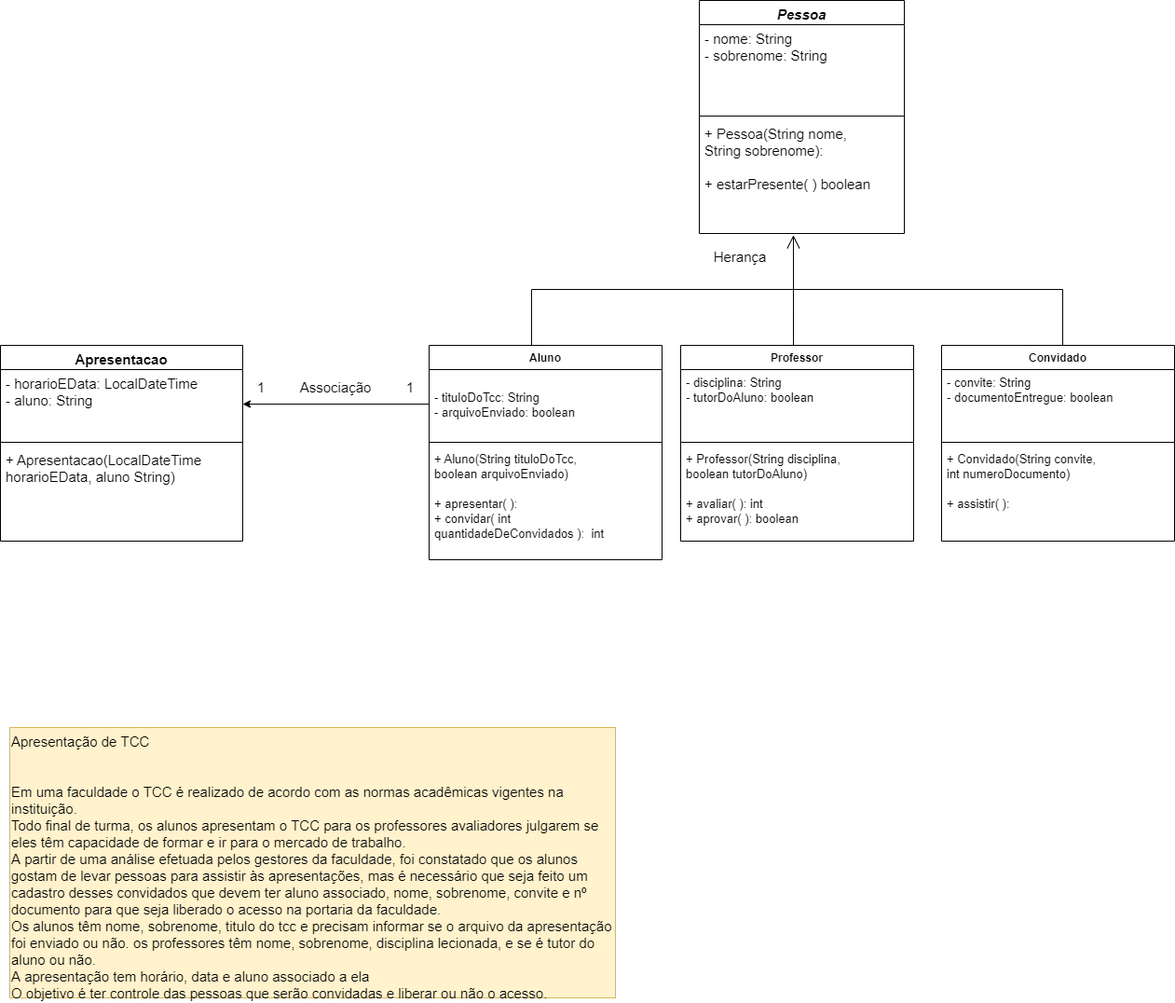
1pretom/CertifiedTechDeveloper keeps this draw.io diagram as Programacao-Orientada-a-Objetos/Checkpoint1/Caso de TCC-UML.drawio.png. Above is the earlier version. Source tidied: cells renumbered, new cells last; positions are measured from the earlier drawing's top-left corner, leaving out a move shared by most shapes.
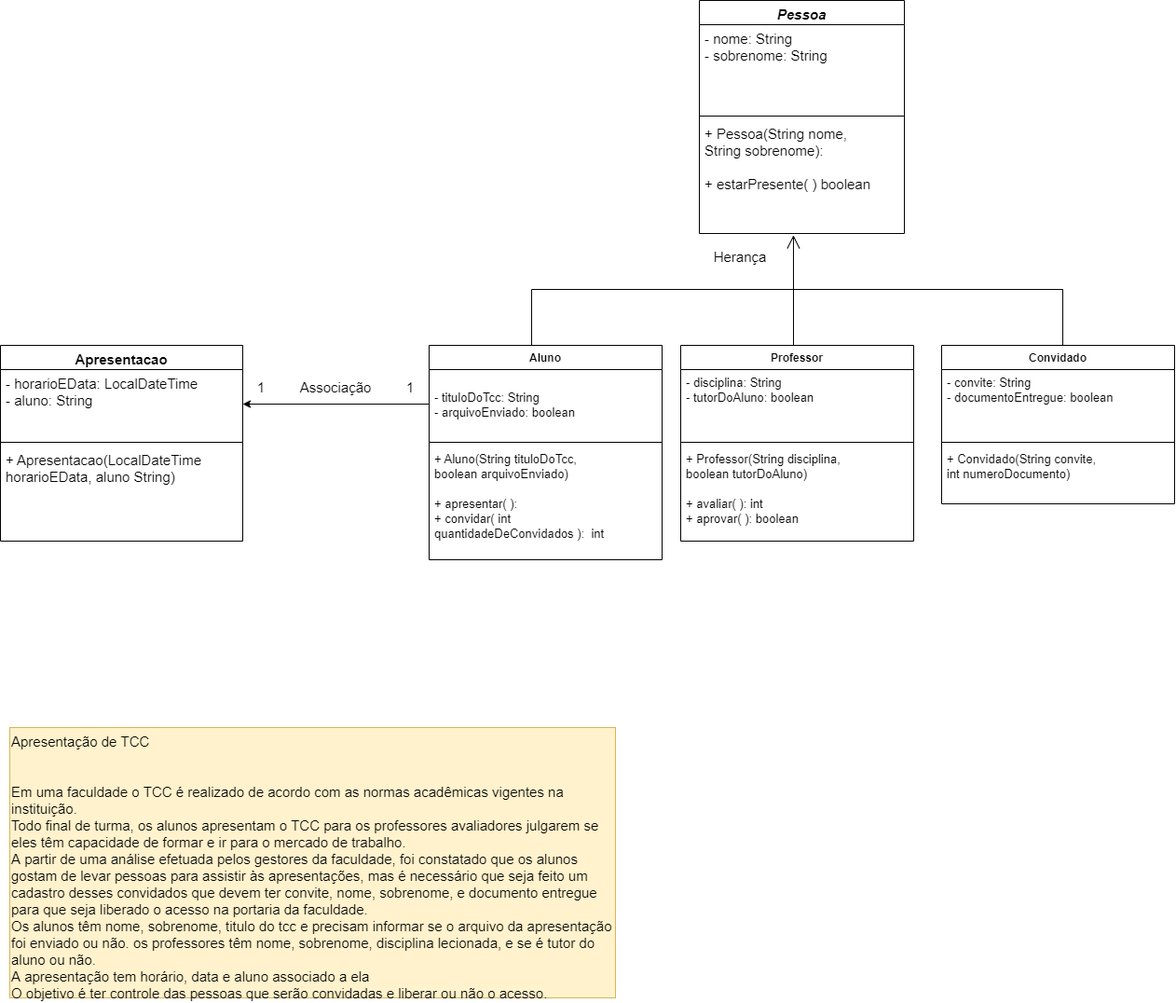
Later version of the same file.

Commit message:
att uml

What changed in the source:
```diff
@@ -14,7 +14,7 @@
     <mxCell id="5" value="+ Aluno(String tituloDoTcc, &#10;boolean arquivoEnviado)&#10;&#10;+ apresentar( ): &#10;+ convidar( int &#10;quantidadeDeConvidados ):  int" style="text;strokeColor=none;fillColor=none;align=left;verticalAlign=top;spacingLeft=4;spacingRight=4;overflow=hidden;fontSize=13;" parent="2" vertex="1">
       <mxGeometry y="108" width="250" height="122" as="geometry" />
     </mxCell>
-    <mxCell id="6" value="&lt;font style=&quot;font-size: 15px;&quot;&gt;Apresentação de TCC&lt;br&gt;&lt;br&gt;&lt;br&gt;Em uma faculdade o TCC é realizado de acordo com as normas acadêmicas vigentes na instituição.&lt;br&gt;Todo final de turma, os alunos apresentam o TCC para os professores avaliadores julgarem se eles têm capacidade de formar e ir para o mercado de trabalho.&lt;br&gt;A partir de uma análise efetuada pelos gestores da faculdade, foi constatado que os alunos gostam de levar pessoas para assistir às apresentações, mas é necessário que seja feito um cadastro desses convidados que devem ter aluno associado, nome, sobrenome, convite e nº documento para que seja liberado o acesso na portaria da faculdade.&lt;br&gt;Os alunos têm nome, sobrenome, titulo do tcc e precisam informar se o arquivo da apresentação foi enviado ou não. os professores têm nome, sobrenome, disciplina lecionada, e se é tutor do aluno ou não.&lt;br&gt;A apresentação tem horário, data e aluno associado a ela&lt;br&gt;O objetivo é ter controle das pessoas que serão convidadas e liberar ou não o acesso.&lt;br&gt;&lt;/font&gt;" style="text;whiteSpace=wrap;html=1;fillColor=#fff2cc;strokeColor=#d6b656;" parent="1" vertex="1">
+    <mxCell id="6" value="&lt;font style=&quot;font-size: 15px;&quot;&gt;Apresentação de TCC&lt;br&gt;&lt;br&gt;&lt;br&gt;Em uma faculdade o TCC é realizado de acordo com as normas acadêmicas vigentes na instituição.&lt;br&gt;Todo final de turma, os alunos apresentam o TCC para os professores avaliadores julgarem se eles têm capacidade de formar e ir para o mercado de trabalho.&lt;br&gt;A partir de uma análise efetuada pelos gestores da faculdade, foi constatado que os alunos gostam de levar pessoas para assistir às apresentações, mas é necessário que seja feito um cadastro desses convidados que devem ter&amp;nbsp;convite, nome, sobrenome, e documento entregue para que seja liberado o acesso na portaria da faculdade.&lt;br&gt;Os alunos têm nome, sobrenome, titulo do tcc e precisam informar se o arquivo da apresentação foi enviado ou não. os professores têm nome, sobrenome, disciplina lecionada, e se é tutor do aluno ou não.&lt;br&gt;A apresentação tem horário, data e aluno associado a ela&lt;br&gt;O objetivo é ter controle das pessoas que serão convidadas e liberar ou não o acesso.&lt;br&gt;&lt;/font&gt;" style="text;whiteSpace=wrap;html=1;fillColor=#fff2cc;strokeColor=#d6b656;" parent="1" vertex="1">
       <mxGeometry x="10" y="780" width="650" height="290" as="geometry" />
     </mxCell>
     <mxCell id="7" value="Professor" style="swimlane;fontStyle=1;align=center;verticalAlign=top;horizontal=1;startSize=26;" parent="1" vertex="1">
@@ -30,7 +30,7 @@
       <mxGeometry y="108" width="250" height="102" as="geometry" />
     </mxCell>
     <mxCell id="11" value="Convidado" style="swimlane;fontStyle=1;align=center;verticalAlign=top;horizontal=1;startSize=26;" parent="1" vertex="1">
-      <mxGeometry x="1010" y="370" width="250" height="210" as="geometry" />
+      <mxGeometry x="1010" y="370" width="250" height="170" as="geometry" />
     </mxCell>
     <mxCell id="12" value="- convite: String&#10;- documentoEntregue: boolean" style="text;strokeColor=none;fillColor=none;align=left;verticalAlign=top;spacingLeft=4;spacingRight=4;overflow=hidden;fontSize=13;" parent="11" vertex="1">
       <mxGeometry y="26" width="250" height="74" as="geometry" />
@@ -38,8 +38,8 @@
     <mxCell id="13" style="line;strokeWidth=1;fillColor=none;align=left;verticalAlign=middle;spacingTop=-1;spacingLeft=3;spacingRight=3;labelPosition=right;" parent="11" vertex="1">
       <mxGeometry y="100" width="250" height="8" as="geometry" />
     </mxCell>
-    <mxCell id="14" value="+ Convidado(String convite, &#10;int numeroDocumento)&#10;&#10;+ assistir( ):&#10;" style="text;strokeColor=none;fillColor=none;align=left;verticalAlign=top;spacingLeft=4;spacingRight=4;overflow=hidden;fontSize=13;" parent="11" vertex="1">
-      <mxGeometry y="108" width="250" height="102" as="geometry" />
+    <mxCell id="14" value="+ Convidado(String convite, &#10;int numeroDocumento)&#10;&#10;&#10;" style="text;strokeColor=none;fillColor=none;align=left;verticalAlign=top;spacingLeft=4;spacingRight=4;overflow=hidden;fontSize=13;" parent="11" vertex="1">
+      <mxGeometry y="108" width="250" height="62" as="geometry" />
     </mxCell>
     <mxCell id="15" value="Pessoa" style="swimlane;fontStyle=3;align=center;verticalAlign=top;horizontal=1;startSize=26;fontSize=15;" parent="1" vertex="1">
       <mxGeometry x="750" width="220" height="250" as="geometry" />
```
